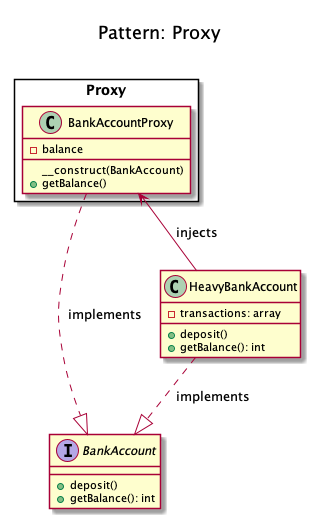
Before: patterns/structural/proxy/domnikl/diagram.png, a diagram exported from PlantUML (rosselli/design-patterns-implemented.concepts). Its diagram source:
```plantuml
@startuml
    Title <size:20>\nPattern: Proxy\n

    interface BankAccount {
        + deposit()
        + getBalance(): int
    }

    class HeavyBankAccount {
        - transactions: array
        + deposit()
        + getBalance(): int
    }

    package Proxy <<Rectangle>> {
        class BankAccountProxy {
            - balance
            __construct(BankAccount)
            + getBalance()
        }
    }

    BankAccountProxy <-- HeavyBankAccount: " injects"
    BankAccountProxy ..|> BankAccount: " implements"
    HeavyBankAccount ..|> BankAccount: " implements"
@enduml
```
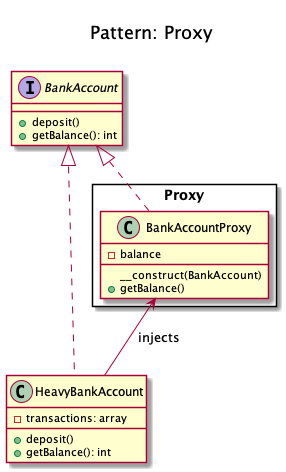
Later version of the same file.

Diff of the diagram source:
```diff
@@ -6,14 +6,14 @@
         + getBalance(): int
     }
 
-    class HeavyBankAccount {
+    class HeavyBankAccount implements BankAccount {
         - transactions: array
         + deposit()
         + getBalance(): int
     }
 
     package Proxy <<Rectangle>> {
-        class BankAccountProxy {
+        class BankAccountProxy implements BankAccount {
             - balance
             __construct(BankAccount)
             + getBalance()
@@ -21,6 +21,4 @@
     }
 
     BankAccountProxy <-- HeavyBankAccount: " injects"
-    BankAccountProxy ..|> BankAccount: " implements"
-    HeavyBankAccount ..|> BankAccount: " implements"
 @enduml
```
